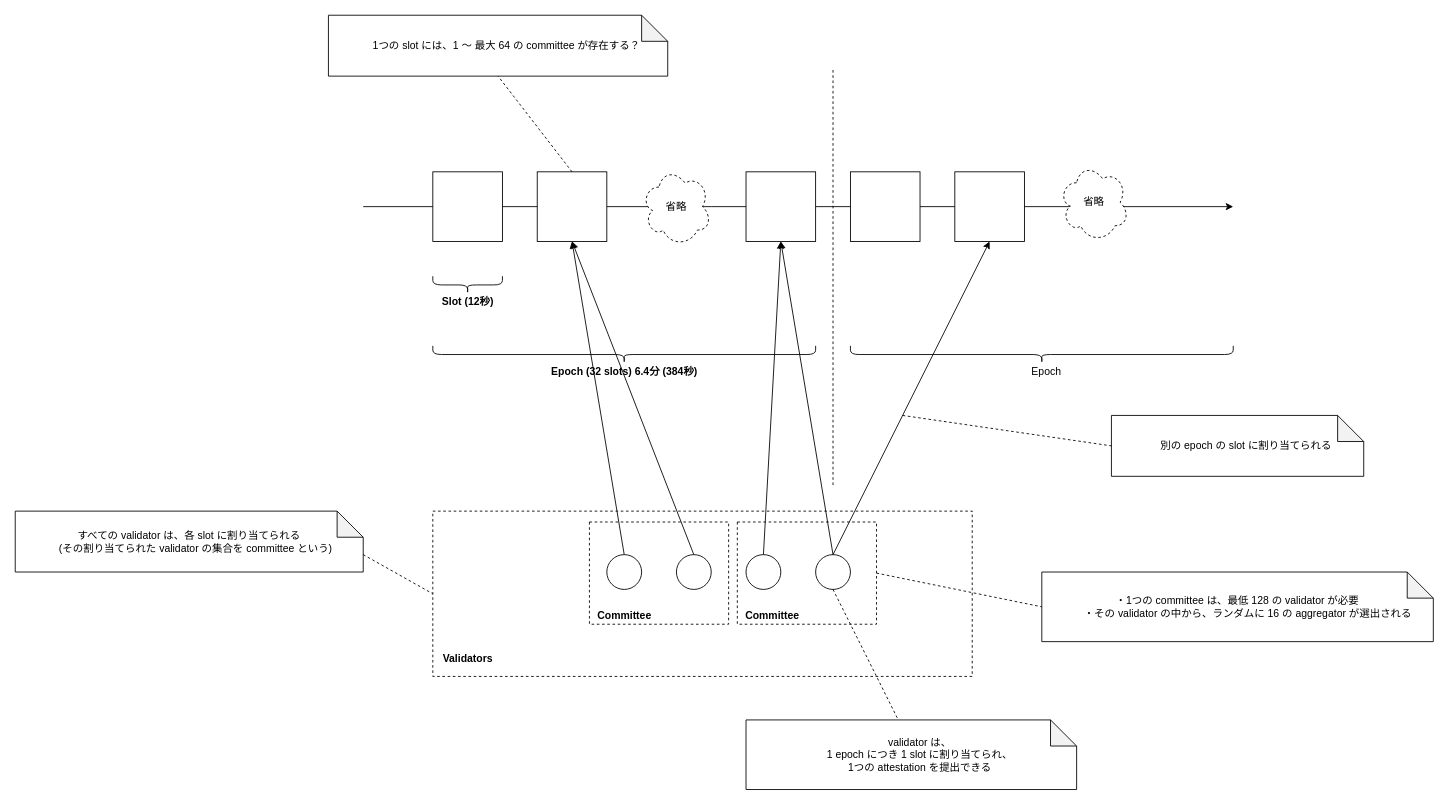
ackintosh/sandbox keeps this draw.io diagram as consensus-layer/validator_committee.drawio. Above is the earlier version. Source tidied: cells renumbered, new cells numbered last; positions are measured from the earlier drawing's top-left corner, leaving out a move shared by most shapes. Both pictures are drawn from the tidied source at 87%, with x=0, y=0 at pixel (15, 15).
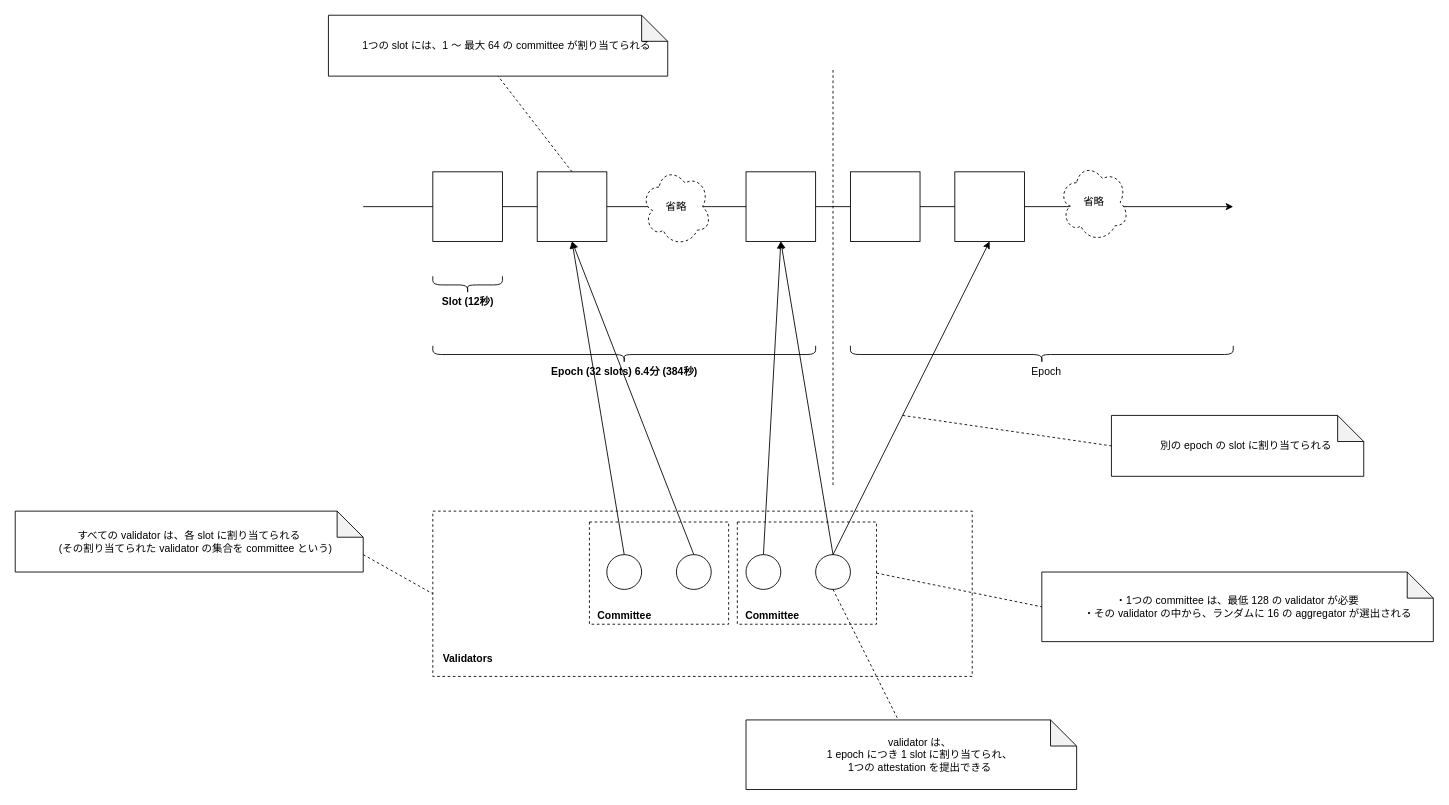
After the change.

The edit, as a diff of the source:
```diff
@@
-    <mxCell id="43" value="&lt;span style=&quot;text-align: left&quot;&gt;1つの slot には、1 〜 最大 64 の committee が存在する？&lt;/span&gt;" style="shape=note;whiteSpace=wrap;html=1;backgroundOutline=1;darkOpacity=0.05;align=center;spacingLeft=20;" parent="1" vertex="1">
+    <mxCell id="43" value="&lt;span style=&quot;text-align: left&quot;&gt;1つの slot には、1 〜 最大 64 の committee が割り当てられる&lt;/span&gt;" style="shape=note;whiteSpace=wrap;html=1;backgroundOutline=1;darkOpacity=0.05;align=center;spacingLeft=20;" parent="1" vertex="1">
       <mxGeometry x="360" width="390" height="70" as="geometry" />
     </mxCell>
```
